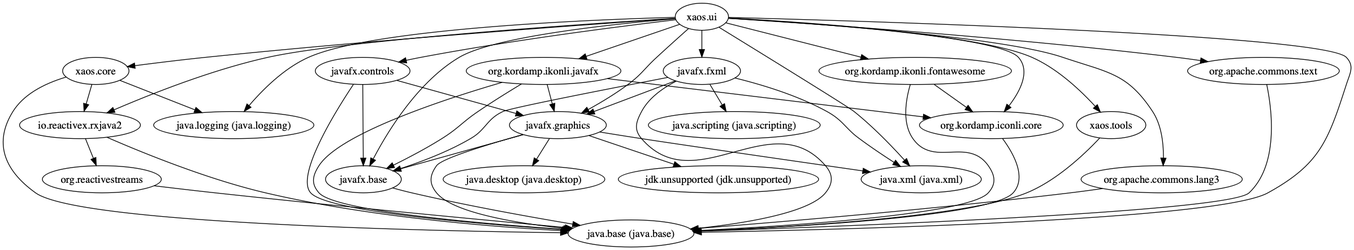
Above: xaos.ui.module/doc/module-dependencies.png in ESSICS/XAOS (Graphviz), before the change. Its source is kept beside it as xaos.ui.module/doc/module-dependencies.dot. The source it was exported from:
```dot
digraph "summary" {
  "javafx.graphics"                                  -> "java.base (java.base)";
  "javafx.graphics"                                  -> "java.desktop (java.desktop)";
  "javafx.graphics"                                  -> "java.xml (java.xml)";
  "javafx.graphics"                                  -> "javafx.base";
  "javafx.graphics"                                  -> "jdk.unsupported (jdk.unsupported)";
  "org.kordamp.iconli.core"                          -> "java.base (java.base)";
  "javafx.controls"                                  -> "java.base (java.base)";
  "javafx.controls"                                  -> "javafx.base";
  "javafx.controls"                                  -> "javafx.graphics";
  "javafx.base"                                      -> "java.base (java.base)";
  "xaos.core"                                        -> "io.reactivex.rxjava2";
  "xaos.core"                                        -> "java.base (java.base)";
  "xaos.core"                                        -> "java.logging (java.logging)";
  "org.reactivestreams"                              -> "java.base (java.base)";
  "org.kordamp.ikonli.fontawesome"                   -> "java.base (java.base)";
  "org.kordamp.ikonli.fontawesome"                   -> "org.kordamp.iconli.core";
  "xaos.tools"                                       -> "java.base (java.base)";
  "org.apache.commons.lang3"                         -> "java.base (java.base)";
  "org.apache.commons.text"                          -> "java.base (java.base)";
  "javafx.fxml"                                      -> "java.base (java.base)";
  "javafx.fxml"                                      -> "java.scripting (java.scripting)";
  "javafx.fxml"                                      -> "java.xml (java.xml)";
  "javafx.fxml"                                      -> "javafx.base";
  "javafx.fxml"                                      -> "javafx.graphics";
  "xaos.ui"                                          -> "io.reactivex.rxjava2";
  "xaos.ui"                                          -> "java.base (java.base)";
  "xaos.ui"                                          -> "java.logging (java.logging)";
  "xaos.ui"                                          -> "java.xml (java.xml)";
  "xaos.ui"                                          -> "javafx.base";
  "xaos.ui"                                          -> "javafx.controls";
  "xaos.ui"                                          -> "javafx.fxml";
  "xaos.ui"                                          -> "javafx.graphics";
  "xaos.ui"                                          -> "org.apache.commons.lang3";
  "xaos.ui"                                          -> "org.apache.commons.text";
  "xaos.ui"                                          -> "org.kordamp.iconli.core";
  "xaos.ui"                                          -> "org.kordamp.ikonli.fontawesome";
  "xaos.ui"                                          -> "org.kordamp.ikonli.javafx";
  "xaos.ui"                                          -> "xaos.core";
  "xaos.ui"                                          -> "xaos.tools";
  "io.reactivex.rxjava2"                             -> "java.base (java.base)";
  "io.reactivex.rxjava2"                             -> "org.reactivestreams";
  "org.kordamp.ikonli.javafx"                        -> "java.base (java.base)";
  "org.kordamp.ikonli.javafx"                        -> "javafx.base";
  "org.kordamp.ikonli.javafx"                        -> "javafx.graphics";
  "org.kordamp.ikonli.javafx"                        -> "org.kordamp.iconli.core";
}
```
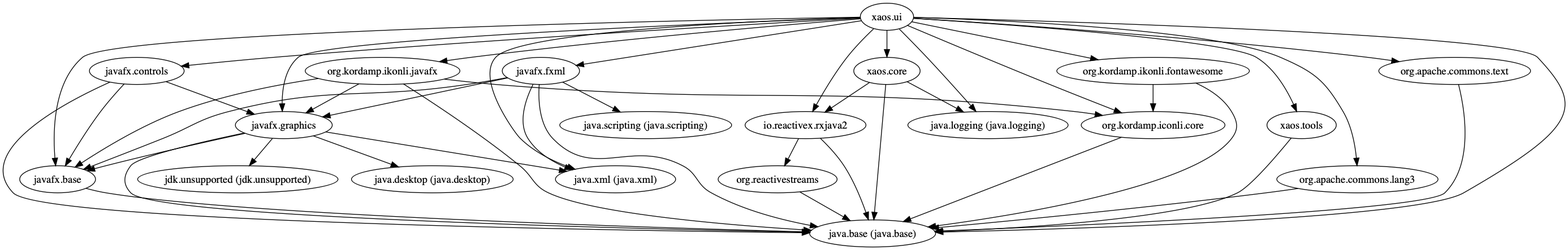
Above is the later version.

Change to the diagram source:
```diff
@@ -4,7 +4,6 @@
   "javafx.graphics"                                  -> "java.xml (java.xml)";
   "javafx.graphics"                                  -> "javafx.base";
   "javafx.graphics"                                  -> "jdk.unsupported (jdk.unsupported)";
-  "org.kordamp.iconli.core"                          -> "java.base (java.base)";
   "javafx.controls"                                  -> "java.base (java.base)";
   "javafx.controls"                                  -> "javafx.base";
   "javafx.controls"                                  -> "javafx.graphics";
@@ -13,8 +12,10 @@
   "xaos.core"                                        -> "java.base (java.base)";
   "xaos.core"                                        -> "java.logging (java.logging)";
   "org.reactivestreams"                              -> "java.base (java.base)";
-  "org.kordamp.ikonli.fontawesome"                   -> "java.base (java.base)";
-  "org.kordamp.ikonli.fontawesome"                   -> "org.kordamp.iconli.core";
+  "org.kordamp.ikonli.javafx"                        -> "java.base (java.base)";
+  "org.kordamp.ikonli.javafx"                        -> "javafx.base";
+  "org.kordamp.ikonli.javafx"                        -> "javafx.graphics";
+  "org.kordamp.ikonli.javafx"                        -> "org.kordamp.iconli.core";
   "xaos.tools"                                       -> "java.base (java.base)";
   "org.apache.commons.lang3"                         -> "java.base (java.base)";
   "org.apache.commons.text"                          -> "java.base (java.base)";
@@ -40,8 +41,7 @@
   "xaos.ui"                                          -> "xaos.tools";
   "io.reactivex.rxjava2"                             -> "java.base (java.base)";
   "io.reactivex.rxjava2"                             -> "org.reactivestreams";
-  "org.kordamp.ikonli.javafx"                        -> "java.base (java.base)";
-  "org.kordamp.ikonli.javafx"                        -> "javafx.base";
-  "org.kordamp.ikonli.javafx"                        -> "javafx.graphics";
-  "org.kordamp.ikonli.javafx"                        -> "org.kordamp.iconli.core";
+  "org.kordamp.iconli.core"                          -> "java.base (java.base)";
+  "org.kordamp.ikonli.fontawesome"                   -> "java.base (java.base)";
+  "org.kordamp.ikonli.fontawesome"                   -> "org.kordamp.iconli.core";
 }
```
